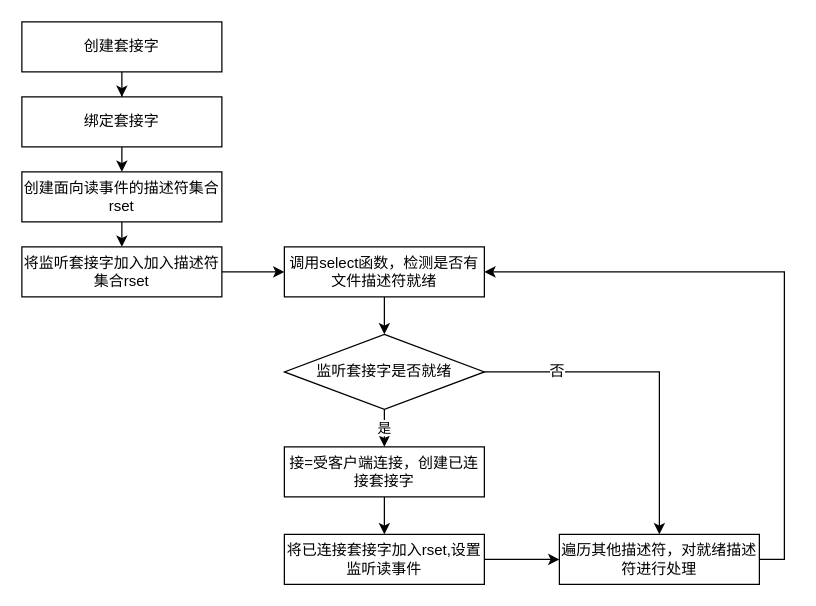
Above: note/redis源代码实战学习笔记/03事件驱动和执行模型模块/img/redis_select.drawio in ForeverRunner/redis-note (draw.io), before the change. Source tidied: cells renumbered, new cells numbered last; positions are measured from the earlier drawing's top-left corner, leaving out a move shared by most shapes. Both pictures are drawn from the tidied source at 125%, with x=0, y=0 at pixel (21, 21).
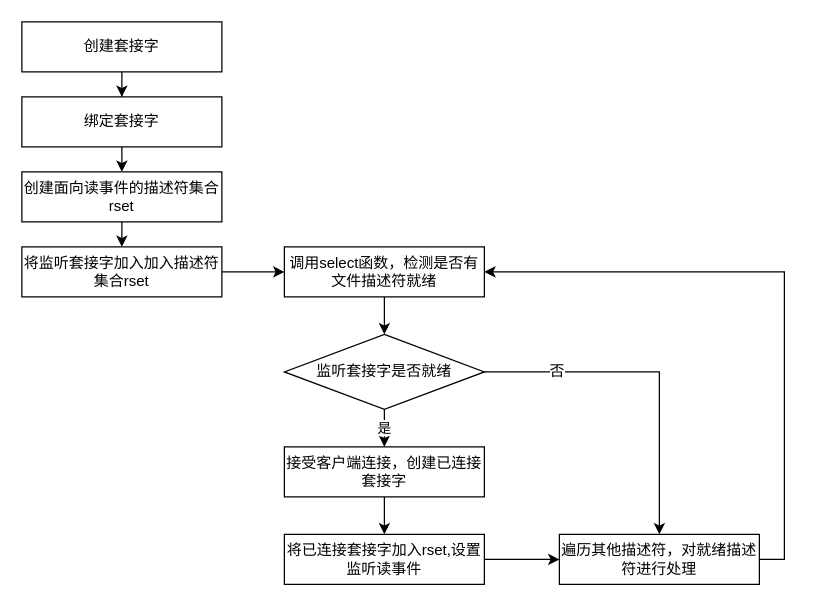
The same page after the edit.

Change to the diagram source:
```diff
@@
-    <mxCell id="9" value="接=受客户端连接，创建已连接套接字" style="rounded=0;whiteSpace=wrap;html=1;" parent="1" vertex="1">
+    <mxCell id="9" value="接受客户端连接，创建已连接套接字" style="rounded=0;whiteSpace=wrap;html=1;" parent="1" vertex="1">
       <mxGeometry x="210" y="340" width="160" height="40" as="geometry" />
     </mxCell>
```
